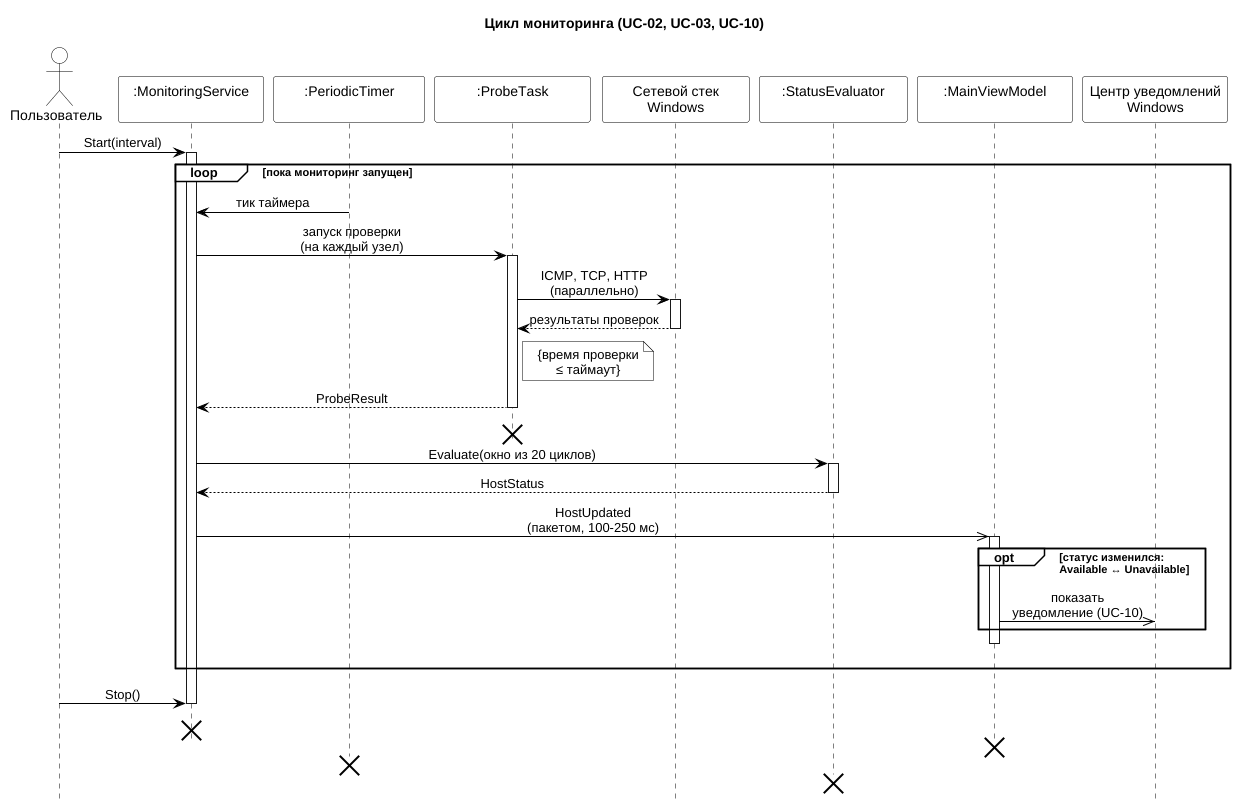
The PlantUML diagram docs/uml/img/sequence-monitoring-cycle.png in Levandovskii/liquid-ping, before a commit. Its source is kept beside it as docs/uml/src/sequence-monitoring-cycle.puml.
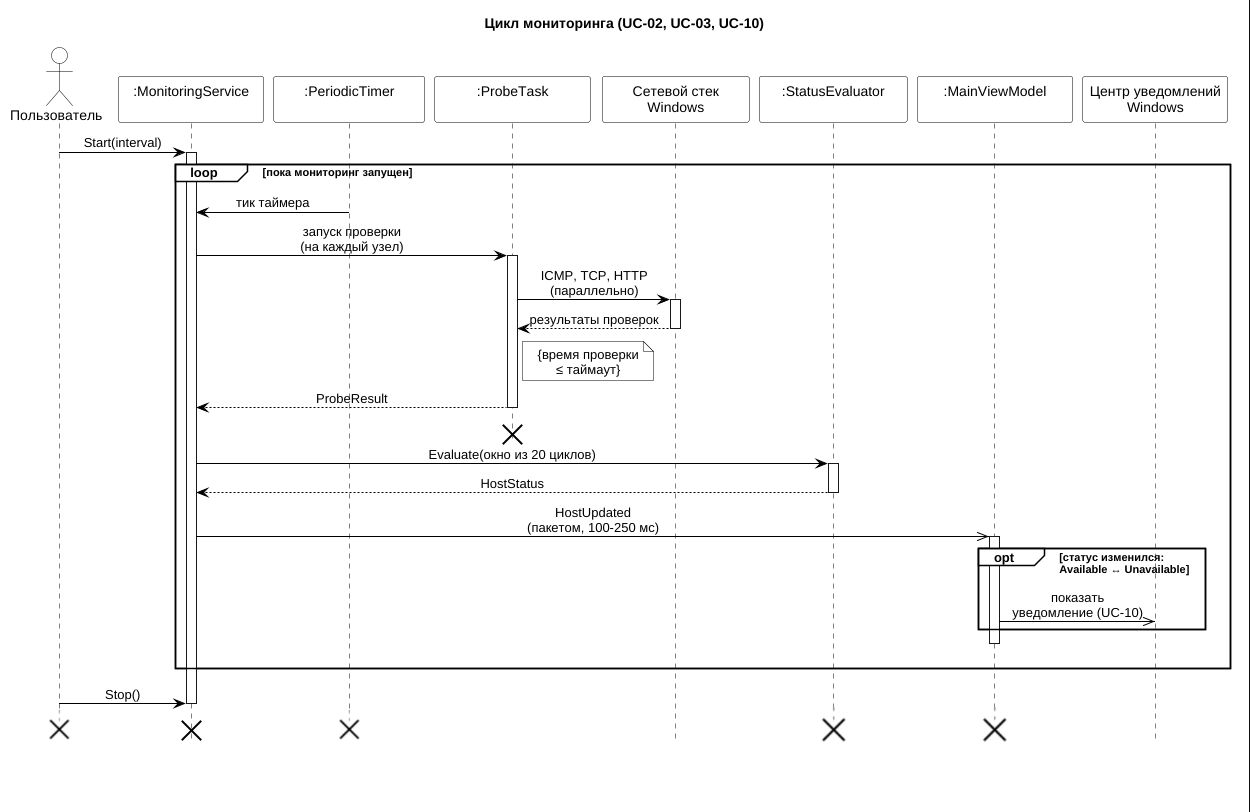
Above is the later version.

Commit message:
fix: add objects destroy on sequence diagram v2

The edit, as a diff of the source:
```diff
@@ -73,4 +73,5 @@
 destroy Ev
 destroy VM
 destroy Mon
+destroy User
 @enduml
```
